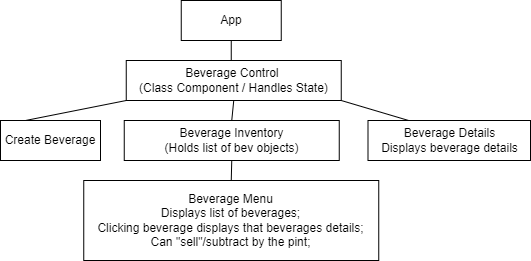
Above: plan.png in jessi-b/tap-room (draw.io), before the change. Source tidied: cells renumbered, new cells last; positions are measured from the earlier drawing's top-left corner, leaving out a move shared by most shapes.
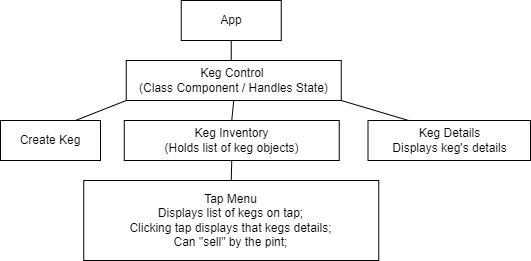
After the commit.

Change to the diagram source:
```diff
@@ -5,16 +5,16 @@
     <mxCell id="2" value="App" style="whiteSpace=wrap;html=1;align=center;" parent="1" vertex="1">
       <mxGeometry x="180.8" width="100" height="40" as="geometry" />
     </mxCell>
-    <mxCell id="3" value="Beverage Control&amp;nbsp;&lt;br&gt;(Class Component / Handles State)" style="whiteSpace=wrap;html=1;align=center;" parent="1" vertex="1">
+    <mxCell id="3" value="Keg Control&amp;nbsp;&lt;br&gt;(Class Component / Handles State)" style="whiteSpace=wrap;html=1;align=center;" parent="1" vertex="1">
       <mxGeometry x="125.8" y="60" width="215" height="40" as="geometry" />
     </mxCell>
-    <mxCell id="4" value="Beverage Inventory&lt;br&gt;(Holds list of bev objects)" style="whiteSpace=wrap;html=1;align=center;" parent="1" vertex="1">
+    <mxCell id="4" value="Keg Inventory&lt;br&gt;(Holds list of keg objects)" style="whiteSpace=wrap;html=1;align=center;" parent="1" vertex="1">
       <mxGeometry x="123.8" y="120" width="215" height="40" as="geometry" />
     </mxCell>
-    <mxCell id="5" value="Beverage Details&lt;br&gt;Displays beverage details" style="whiteSpace=wrap;html=1;align=center;" parent="1" vertex="1">
+    <mxCell id="5" value="Keg Details&lt;br&gt;Displays keg's details" style="whiteSpace=wrap;html=1;align=center;" parent="1" vertex="1">
       <mxGeometry x="367.5" y="120" width="162.5" height="40" as="geometry" />
     </mxCell>
-    <mxCell id="6" value="Beverage Menu&lt;br&gt;Displays list of beverages;&lt;br&gt;Clicking beverage displays that beverages details;&lt;br&gt;Can &quot;sell&quot;/subtract by the pint;" style="whiteSpace=wrap;html=1;align=center;" parent="1" vertex="1">
+    <mxCell id="6" value="Tap Menu&lt;br&gt;Displays list of kegs on tap;&lt;br&gt;Clicking tap displays that kegs details;&lt;br&gt;Can &quot;sell&quot; by the pint;" style="whiteSpace=wrap;html=1;align=center;" parent="1" vertex="1">
       <mxGeometry x="83.2" y="180" width="295" height="80" as="geometry" />
     </mxCell>
     <mxCell id="7" style="endArrow=none;html=1;rounded=0;entryX=0.5;entryY=0;entryDx=0;entryDy=0;exitX=0.5;exitY=1;exitDx=0;exitDy=0;" parent="1" edge="1" source="4" target="6">
@@ -25,10 +25,10 @@
         <mxPoint x="230.8" y="60" as="targetPoint" />
       </mxGeometry>
     </mxCell>
-    <mxCell id="9" value="Create Beverage" style="whiteSpace=wrap;html=1;align=center;" parent="1" vertex="1">
+    <mxCell id="9" value="Create Keg" style="whiteSpace=wrap;html=1;align=center;" parent="1" vertex="1">
       <mxGeometry y="120" width="100" height="40" as="geometry" />
     </mxCell>
-    <mxCell id="10" style="endArrow=none;html=1;rounded=0;entryX=0;entryY=1;entryDx=0;entryDy=0;exitX=0.25;exitY=0;exitDx=0;exitDy=0;" parent="1" edge="1" source="9" target="3">
+    <mxCell id="10" style="endArrow=none;html=1;rounded=0;entryX=0;entryY=1;entryDx=0;entryDy=0;exitX=0.75;exitY=0;exitDx=0;exitDy=0;" parent="1" edge="1" source="9" target="3">
       <mxGeometry relative="1" as="geometry" />
     </mxCell>
     <mxCell id="11" style="endArrow=none;html=1;rounded=0;entryX=1;entryY=1;entryDx=0;entryDy=0;exitX=0.25;exitY=0;exitDx=0;exitDy=0;" parent="1" edge="1" source="5" target="3">
```
